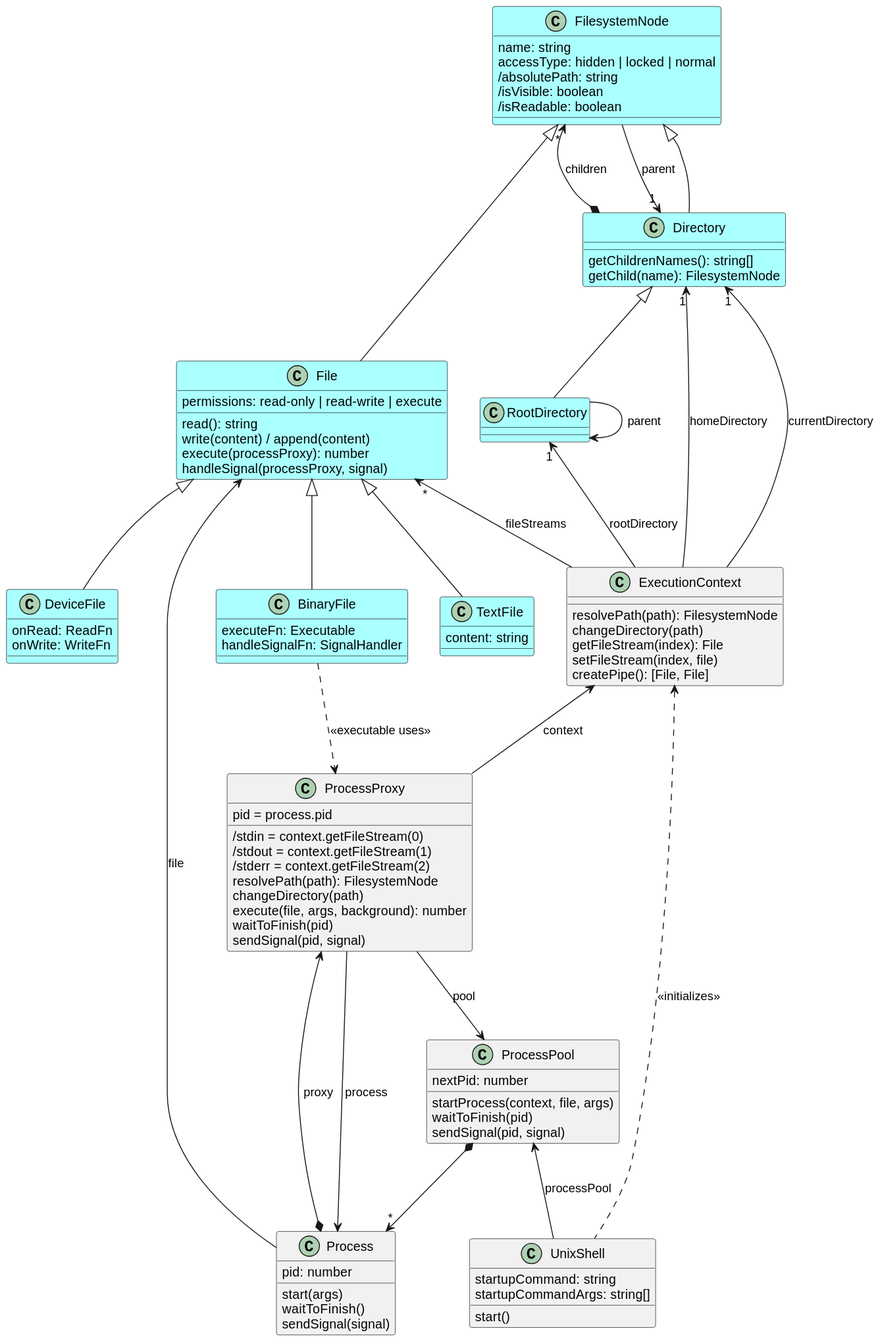
Above: core/doc/class-diagram.svg in p-rivero/unix-js (PlantUML), before the change.
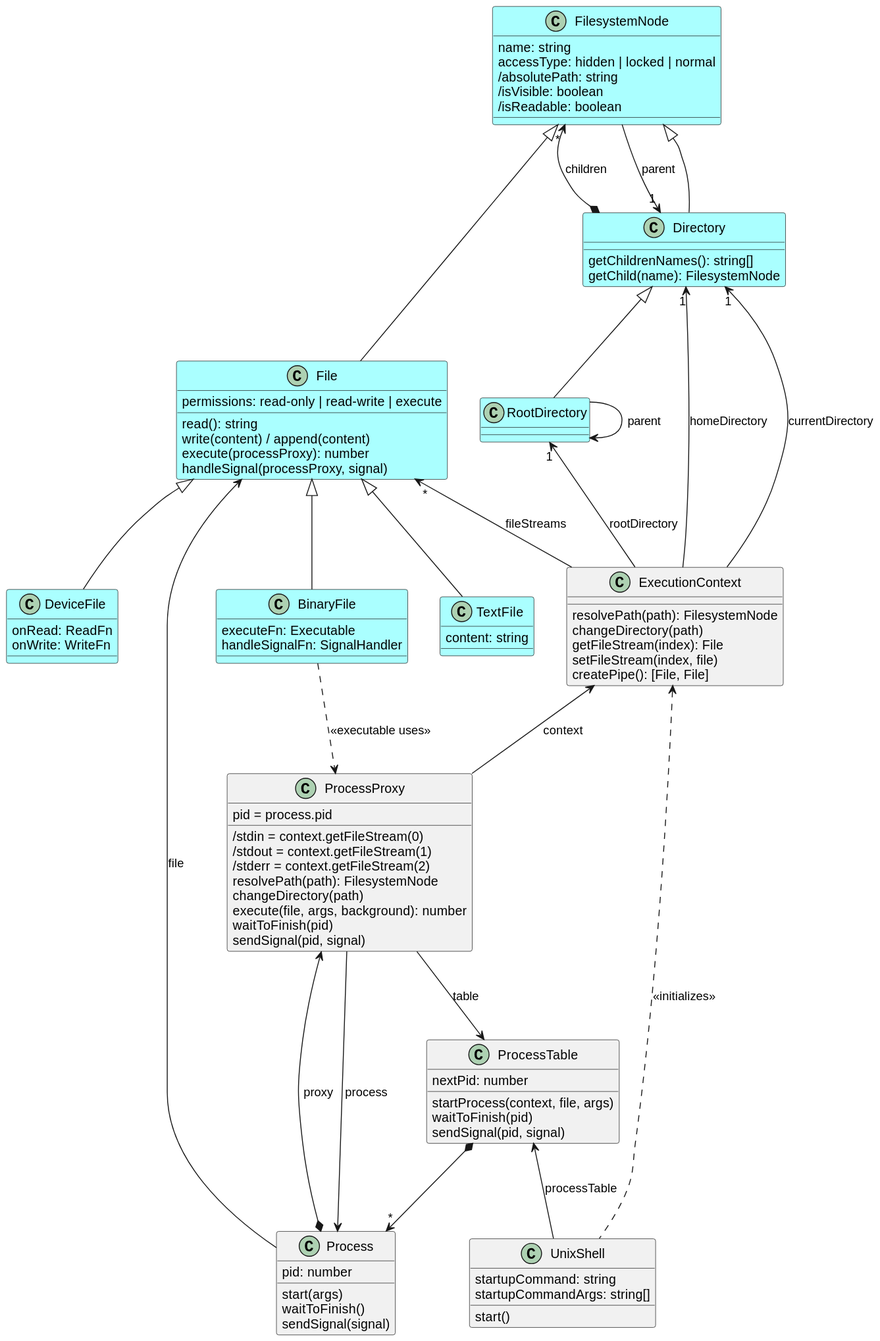
Above is the later version.

Commit message:
Rename ProcessPool to ProcessTable

The edit, as a diff of the source:
```diff
@@ -72,13 +72,13 @@
 }
 Process -u-> File : file
 BinaryFile ..> ProcessProxy : "<<executable uses>>"
-class ProcessPool {
+class ProcessTable {
     nextPid: number
     startProcess(context, file, args)
     waitToFinish(pid)
     sendSignal(pid, signal)
 }
-ProcessPool *--> "*" Process
+ProcessTable *--> "*" Process
 
 
 class ProcessProxy {
@@ -94,7 +94,7 @@
 }
 ProcessProxy -u-> ExecutionContext : context
 ProcessProxy --> Process : process
-ProcessProxy --> ProcessPool : pool
+ProcessProxy --> ProcessTable : table
 Process *-u-> ProcessProxy : proxy
 
 
@@ -103,6 +103,6 @@
     startupCommandArgs: string[]
     start()
 }
-UnixShell -u-> ProcessPool : processPool
+UnixShell -u-> ProcessTable : processTable
 UnixShell .u.> ExecutionContext : <<initializes>>
 @enduml
```
